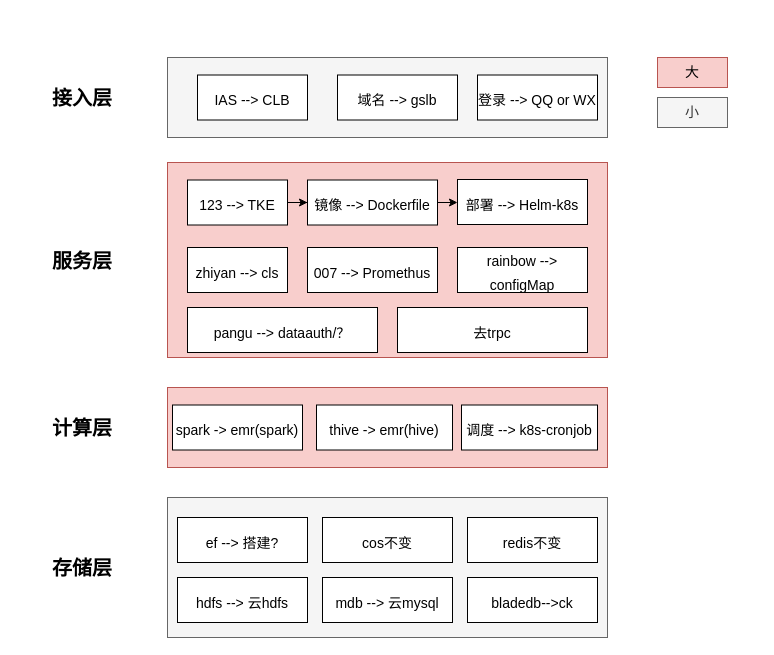
learn2Pro/draw_io_save keeps this draw.io diagram as tx-cloud-native.drawio. Above is the earlier version. Source tidied: cells renumbered, new cells numbered last; positions are measured from the earlier drawing's top-left corner, leaving out a move shared by most shapes. Both pictures are drawn from the tidied source at 100%, with x=0, y=0 at pixel (17, 57).
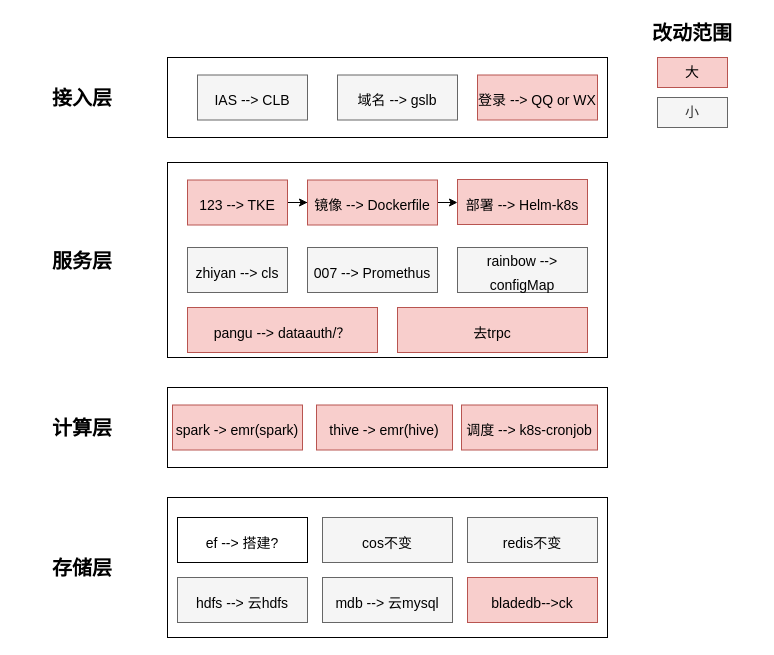
After the change.

Change to the diagram source:
```diff
@@
-    <mxCell id="3" style="rounded=0;whiteSpace=wrap;html=1;fontSize=20;fontColor=#333333;fillColor=#f5f5f5;strokeColor=#666666;" parent="1" vertex="1">
+    <mxCell id="3" style="rounded=0;whiteSpace=wrap;html=1;fontSize=20;" parent="1" vertex="1">
       <mxGeometry x="150" width="440" height="80" as="geometry" />
     </mxCell>
-    <mxCell id="4" value="&lt;font style=&quot;font-size: 14px;&quot; color=&quot;#000000&quot;&gt;IAS --&amp;gt; CLB&lt;/font&gt;" style="rounded=0;whiteSpace=wrap;html=1;fontSize=20;fontColor=#FFCCCC;" parent="1" vertex="1">
+    <mxCell id="4" value="&lt;font style=&quot;font-size: 14px;&quot; color=&quot;#000000&quot;&gt;IAS --&amp;gt; CLB&lt;/font&gt;" style="rounded=0;whiteSpace=wrap;html=1;fontSize=20;fontColor=#333333;fillColor=#f5f5f5;strokeColor=#666666;" parent="1" vertex="1">
       <mxGeometry x="180" y="17.5" width="110" height="45" as="geometry" />
     </mxCell>
-    <mxCell id="5" value="&lt;font style=&quot;font-size: 14px;&quot; color=&quot;#000000&quot;&gt;域名 --&amp;gt; gslb&lt;/font&gt;" style="rounded=0;whiteSpace=wrap;html=1;fontSize=20;fontColor=#FFCCCC;" parent="1" vertex="1">
+    <mxCell id="5" value="&lt;font style=&quot;font-size: 14px;&quot; color=&quot;#000000&quot;&gt;域名 --&amp;gt; gslb&lt;/font&gt;" style="rounded=0;whiteSpace=wrap;html=1;fontSize=20;fontColor=#333333;fillColor=#f5f5f5;strokeColor=#666666;" parent="1" vertex="1">
       <mxGeometry x="320" y="17.5" width="120" height="45" as="geometry" />
     </mxCell>
@@
-    <mxCell id="7" style="rounded=0;whiteSpace=wrap;html=1;fontSize=20;fillColor=#f8cecc;strokeColor=#b85450;" parent="1" vertex="1">
+    <mxCell id="7" style="rounded=0;whiteSpace=wrap;html=1;fontSize=20;" parent="1" vertex="1">
       <mxGeometry x="150" y="105" width="440" height="195" as="geometry" />
     </mxCell>
@@
-    <mxCell id="9" value="&lt;font style=&quot;font-size: 14px;&quot; color=&quot;#000000&quot;&gt;123 --&amp;gt; TKE&lt;/font&gt;" style="rounded=0;whiteSpace=wrap;html=1;fontSize=20;fontColor=#FFCCCC;" parent="1" vertex="1">
+    <mxCell id="9" value="&lt;font style=&quot;font-size: 14px;&quot; color=&quot;#000000&quot;&gt;123 --&amp;gt; TKE&lt;/font&gt;" style="rounded=0;whiteSpace=wrap;html=1;fontSize=20;fillColor=#f8cecc;strokeColor=#b85450;" parent="1" vertex="1">
       <mxGeometry x="170" y="122.5" width="100" height="45" as="geometry" />
     </mxCell>
@@
-    <mxCell id="11" value="&lt;font color=&quot;#000000&quot;&gt;&lt;span style=&quot;font-size: 14px;&quot;&gt;镜像 --&amp;gt; Dockerfile&lt;/span&gt;&lt;/font&gt;" style="rounded=0;whiteSpace=wrap;html=1;fontSize=20;fontColor=#FFCCCC;" parent="1" vertex="1">
+    <mxCell id="11" value="&lt;font color=&quot;#000000&quot;&gt;&lt;span style=&quot;font-size: 14px;&quot;&gt;镜像 --&amp;gt; Dockerfile&lt;/span&gt;&lt;/font&gt;" style="rounded=0;whiteSpace=wrap;html=1;fontSize=20;fillColor=#f8cecc;strokeColor=#b85450;" parent="1" vertex="1">
       <mxGeometry x="290" y="122.5" width="130" height="45" as="geometry" />
     </mxCell>
-    <mxCell id="12" value="&lt;font color=&quot;#000000&quot;&gt;&lt;span style=&quot;font-size: 14px;&quot;&gt;部署 --&amp;gt; Helm-k8s&lt;/span&gt;&lt;/font&gt;" style="rounded=0;whiteSpace=wrap;html=1;fontSize=20;fontColor=#FFCCCC;" parent="1" vertex="1">
+    <mxCell id="12" value="&lt;font color=&quot;#000000&quot;&gt;&lt;span style=&quot;font-size: 14px;&quot;&gt;部署 --&amp;gt; Helm-k8s&lt;/span&gt;&lt;/font&gt;" style="rounded=0;whiteSpace=wrap;html=1;fontSize=20;fillColor=#f8cecc;strokeColor=#b85450;" parent="1" vertex="1">
       <mxGeometry x="440" y="122" width="130" height="45" as="geometry" />
     </mxCell>
-    <mxCell id="13" value="&lt;font style=&quot;font-size: 14px;&quot; color=&quot;#000000&quot;&gt;007 --&amp;gt; Promethus&lt;/font&gt;" style="rounded=0;whiteSpace=wrap;html=1;fontSize=20;fontColor=#FFCCCC;" parent="1" vertex="1">
+    <mxCell id="13" value="&lt;font style=&quot;font-size: 14px;&quot; color=&quot;#000000&quot;&gt;007 --&amp;gt; Promethus&lt;/font&gt;" style="rounded=0;whiteSpace=wrap;html=1;fontSize=20;fontColor=#333333;fillColor=#f5f5f5;strokeColor=#666666;" parent="1" vertex="1">
       <mxGeometry x="290" y="190" width="130" height="45" as="geometry" />
     </mxCell>
-    <mxCell id="14" value="&lt;font style=&quot;font-size: 14px;&quot; color=&quot;#000000&quot;&gt;zhiyan --&amp;gt; cls&lt;/font&gt;" style="rounded=0;whiteSpace=wrap;html=1;fontSize=20;fontColor=#FFCCCC;" parent="1" vertex="1">
+    <mxCell id="14" value="&lt;font style=&quot;font-size: 14px;&quot; color=&quot;#000000&quot;&gt;zhiyan --&amp;gt; cls&lt;/font&gt;" style="rounded=0;whiteSpace=wrap;html=1;fontSize=20;fontColor=#333333;fillColor=#f5f5f5;strokeColor=#666666;" parent="1" vertex="1">
       <mxGeometry x="170" y="190" width="100" height="45" as="geometry" />
     </mxCell>
-    <mxCell id="15" value="&lt;font style=&quot;font-size: 14px;&quot; color=&quot;#000000&quot;&gt;rainbow --&amp;gt; configMap&lt;/font&gt;" style="rounded=0;whiteSpace=wrap;html=1;fontSize=20;fontColor=#FFCCCC;" parent="1" vertex="1">
+    <mxCell id="15" value="&lt;font style=&quot;font-size: 14px;&quot; color=&quot;#000000&quot;&gt;rainbow --&amp;gt; configMap&lt;/font&gt;" style="rounded=0;whiteSpace=wrap;html=1;fontSize=20;fontColor=#333333;fillColor=#f5f5f5;strokeColor=#666666;" parent="1" vertex="1">
       <mxGeometry x="440" y="190" width="130" height="45" as="geometry" />
     </mxCell>
@@
-    <mxCell id="17" style="rounded=0;whiteSpace=wrap;html=1;fontSize=20;fillColor=#f8cecc;strokeColor=#b85450;" parent="1" vertex="1">
+    <mxCell id="17" style="rounded=0;whiteSpace=wrap;html=1;fontSize=20;" parent="1" vertex="1">
       <mxGeometry x="150" y="330" width="440" height="80" as="geometry" />
     </mxCell>
-    <mxCell id="18" value="&lt;font color=&quot;#000000&quot;&gt;&lt;span style=&quot;font-size: 14px;&quot;&gt;spark -&amp;gt; emr(spark)&lt;/span&gt;&lt;/font&gt;" style="rounded=0;whiteSpace=wrap;html=1;fontSize=20;fontColor=#FFCCCC;" parent="1" vertex="1">
+    <mxCell id="18" value="&lt;font color=&quot;#000000&quot;&gt;&lt;span style=&quot;font-size: 14px;&quot;&gt;spark -&amp;gt; emr(spark)&lt;/span&gt;&lt;/font&gt;" style="rounded=0;whiteSpace=wrap;html=1;fontSize=20;fillColor=#f8cecc;strokeColor=#b85450;" parent="1" vertex="1">
       <mxGeometry x="155" y="347.5" width="130" height="45" as="geometry" />
     </mxCell>
-    <mxCell id="19" value="&lt;font color=&quot;#000000&quot;&gt;&lt;span style=&quot;font-size: 14px;&quot;&gt;thive -&amp;gt; emr(hive)&lt;/span&gt;&lt;/font&gt;" style="rounded=0;whiteSpace=wrap;html=1;fontSize=20;fontColor=#FFCCCC;" parent="1" vertex="1">
+    <mxCell id="19" value="&lt;font color=&quot;#000000&quot;&gt;&lt;span style=&quot;font-size: 14px;&quot;&gt;thive -&amp;gt; emr(hive)&lt;/span&gt;&lt;/font&gt;" style="rounded=0;whiteSpace=wrap;html=1;fontSize=20;fillColor=#f8cecc;strokeColor=#b85450;" parent="1" vertex="1">
       <mxGeometry x="299" y="347.5" width="136" height="45" as="geometry" />
     </mxCell>
-    <mxCell id="20" value="&lt;font style=&quot;font-size: 14px;&quot; color=&quot;#000000&quot;&gt;pangu --&amp;gt; dataauth/？&lt;/font&gt;" style="rounded=0;whiteSpace=wrap;html=1;fontSize=20;fontColor=#FFCCCC;" parent="1" vertex="1">
+    <mxCell id="20" value="&lt;font style=&quot;font-size: 14px;&quot; color=&quot;#000000&quot;&gt;pangu --&amp;gt; dataauth/？&lt;/font&gt;" style="rounded=0;whiteSpace=wrap;html=1;fontSize=20;fillColor=#f8cecc;strokeColor=#b85450;" parent="1" vertex="1">
       <mxGeometry x="170" y="250" width="190" height="45" as="geometry" />
     </mxCell>
-    <mxCell id="21" value="&lt;font color=&quot;#000000&quot;&gt;&lt;span style=&quot;font-size: 14px;&quot;&gt;登录 --&amp;gt; QQ or WX&lt;/span&gt;&lt;/font&gt;" style="rounded=0;whiteSpace=wrap;html=1;fontSize=20;fontColor=#FFCCCC;" parent="1" vertex="1">
+    <mxCell id="21" value="&lt;font color=&quot;#000000&quot;&gt;&lt;span style=&quot;font-size: 14px;&quot;&gt;登录 --&amp;gt; QQ or WX&lt;/span&gt;&lt;/font&gt;" style="rounded=0;whiteSpace=wrap;html=1;fontSize=20;fillColor=#f8cecc;strokeColor=#b85450;" parent="1" vertex="1">
       <mxGeometry x="460" y="17.5" width="120" height="45" as="geometry" />
     </mxCell>
@@
-    <mxCell id="23" style="rounded=0;whiteSpace=wrap;html=1;fontSize=20;fontColor=#333333;fillColor=#f5f5f5;strokeColor=#666666;" parent="1" vertex="1">
+    <mxCell id="23" style="rounded=0;whiteSpace=wrap;html=1;fontSize=20;" parent="1" vertex="1">
       <mxGeometry x="150" y="440" width="440" height="140" as="geometry" />
     </mxCell>
@@
-    <mxCell id="25" value="&lt;font color=&quot;#000000&quot;&gt;&lt;span style=&quot;font-size: 14px;&quot;&gt;cos不变&lt;/span&gt;&lt;/font&gt;" style="rounded=0;whiteSpace=wrap;html=1;fontSize=20;fontColor=#FFCCCC;" parent="1" vertex="1">
+    <mxCell id="25" value="&lt;font color=&quot;#000000&quot;&gt;&lt;span style=&quot;font-size: 14px;&quot;&gt;cos不变&lt;/span&gt;&lt;/font&gt;" style="rounded=0;whiteSpace=wrap;html=1;fontSize=20;fontColor=#333333;fillColor=#f5f5f5;strokeColor=#666666;" parent="1" vertex="1">
       <mxGeometry x="305" y="460" width="130" height="45" as="geometry" />
     </mxCell>
-    <mxCell id="26" value="&lt;font color=&quot;#000000&quot;&gt;&lt;span style=&quot;font-size: 14px;&quot;&gt;redis不变&lt;/span&gt;&lt;/font&gt;" style="rounded=0;whiteSpace=wrap;html=1;fontSize=20;fontColor=#FFCCCC;" parent="1" vertex="1">
+    <mxCell id="26" value="&lt;font color=&quot;#000000&quot;&gt;&lt;span style=&quot;font-size: 14px;&quot;&gt;redis不变&lt;/span&gt;&lt;/font&gt;" style="rounded=0;whiteSpace=wrap;html=1;fontSize=20;fontColor=#333333;fillColor=#f5f5f5;strokeColor=#666666;" parent="1" vertex="1">
       <mxGeometry x="450" y="460" width="130" height="45" as="geometry" />
     </mxCell>
-    <mxCell id="27" value="&lt;font color=&quot;#000000&quot;&gt;&lt;span style=&quot;font-size: 14px;&quot;&gt;hdfs --&amp;gt; 云hdfs&lt;br&gt;&lt;/span&gt;&lt;/font&gt;" style="rounded=0;whiteSpace=wrap;html=1;fontSize=20;fontColor=#FFCCCC;" parent="1" vertex="1">
+    <mxCell id="27" value="&lt;font color=&quot;#000000&quot;&gt;&lt;span style=&quot;font-size: 14px;&quot;&gt;hdfs --&amp;gt; 云hdfs&lt;br&gt;&lt;/span&gt;&lt;/font&gt;" style="rounded=0;whiteSpace=wrap;html=1;fontSize=20;fontColor=#333333;fillColor=#f5f5f5;strokeColor=#666666;" parent="1" vertex="1">
       <mxGeometry x="160" y="520" width="130" height="45" as="geometry" />
     </mxCell>
-    <mxCell id="28" value="&lt;font color=&quot;#000000&quot;&gt;&lt;span style=&quot;font-size: 14px;&quot;&gt;mdb --&amp;gt; 云mysql&lt;br&gt;&lt;/span&gt;&lt;/font&gt;" style="rounded=0;whiteSpace=wrap;html=1;fontSize=20;fontColor=#FFCCCC;" parent="1" vertex="1">
+    <mxCell id="28" value="&lt;font color=&quot;#000000&quot;&gt;&lt;span style=&quot;font-size: 14px;&quot;&gt;mdb --&amp;gt; 云mysql&lt;br&gt;&lt;/span&gt;&lt;/font&gt;" style="rounded=0;whiteSpace=wrap;html=1;fontSize=20;fontColor=#333333;fillColor=#f5f5f5;strokeColor=#666666;" parent="1" vertex="1">
       <mxGeometry x="305" y="520" width="130" height="45" as="geometry" />
     </mxCell>
-    <mxCell id="29" value="&lt;font color=&quot;#000000&quot;&gt;&lt;span style=&quot;font-size: 14px;&quot;&gt;bladedb--&amp;gt;ck&lt;br&gt;&lt;/span&gt;&lt;/font&gt;" style="rounded=0;whiteSpace=wrap;html=1;fontSize=20;fontColor=#FFCCCC;" parent="1" vertex="1">
+    <mxCell id="29" value="&lt;font color=&quot;#000000&quot;&gt;&lt;span style=&quot;font-size: 14px;&quot;&gt;bladedb--&amp;gt;ck&lt;br&gt;&lt;/span&gt;&lt;/font&gt;" style="rounded=0;whiteSpace=wrap;html=1;fontSize=20;fillColor=#f8cecc;strokeColor=#b85450;" parent="1" vertex="1">
       <mxGeometry x="450" y="520" width="130" height="45" as="geometry" />
     </mxCell>
@@
-    <mxCell id="32" value="&lt;font style=&quot;font-size: 14px;&quot; color=&quot;#000000&quot;&gt;去trpc&lt;/font&gt;" style="rounded=0;whiteSpace=wrap;html=1;fontSize=20;fontColor=#FFCCCC;" parent="1" vertex="1">
+    <mxCell id="32" value="&lt;font style=&quot;font-size: 14px;&quot; color=&quot;#000000&quot;&gt;去trpc&lt;/font&gt;" style="rounded=0;whiteSpace=wrap;html=1;fontSize=20;fillColor=#f8cecc;strokeColor=#b85450;" parent="1" vertex="1">
       <mxGeometry x="380" y="250" width="190" height="45" as="geometry" />
     </mxCell>
-    <mxCell id="33" value="&lt;font color=&quot;#000000&quot;&gt;&lt;span style=&quot;font-size: 14px;&quot;&gt;调度 --&amp;gt; k8s-cronjob&lt;/span&gt;&lt;/font&gt;" style="rounded=0;whiteSpace=wrap;html=1;fontSize=20;fontColor=#FFCCCC;" parent="1" vertex="1">
+    <mxCell id="33" value="&lt;font color=&quot;#000000&quot;&gt;&lt;span style=&quot;font-size: 14px;&quot;&gt;调度 --&amp;gt; k8s-cronjob&lt;/span&gt;&lt;/font&gt;" style="rounded=0;whiteSpace=wrap;html=1;fontSize=20;fillColor=#f8cecc;strokeColor=#b85450;" parent="1" vertex="1">
       <mxGeometry x="444" y="347.5" width="136" height="45" as="geometry" />
     </mxCell>
+    <mxCell id="34" value="&lt;span style=&quot;font-size: 20px;&quot;&gt;&lt;b&gt;改动范围&lt;/b&gt;&lt;/span&gt;" style="text;html=1;strokeColor=none;fillColor=none;align=center;verticalAlign=middle;whiteSpace=wrap;rounded=0;" parent="1" vertex="1">
+      <mxGeometry x="610" y="-40" width="130" height="30" as="geometry" />
+    </mxCell>
```
